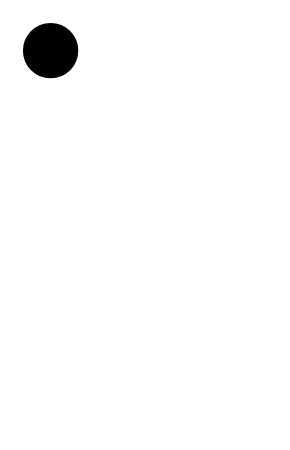
Above: lab 6/Source files/Activitydiagram.drawio in Youssufathalla/Programming-2 (draw.io), before the change. Source tidied: cells renumbered, new cells numbered last; positions are measured from the earlier drawing's top-left corner, leaving out a move shared by most shapes. Both pictures are drawn from the tidied source at 135%, with x=0, y=0 at pixel (23, 23).
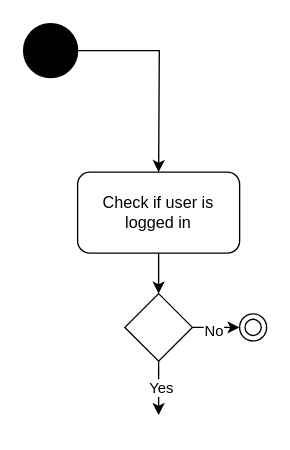
The same page after the edit.

Commit message:
check if user is logged in

The edit, as a diff of the source:
```diff
@@
 <mxGraphModel>
   <root>
     <mxCell id="0" />
     <mxCell id="1" parent="0" />
+    <mxCell id="3" style="edgeStyle=orthogonalEdgeStyle;rounded=0;jettySize=auto;html=1;exitX=1;exitY=0.5;exitDx=0;exitDy=0;exitPerimeter=0;" parent="1" edge="1" source="2">
+      <mxGeometry relative="1" as="geometry">
+        <mxPoint x="100" y="110" as="targetPoint" />
+      </mxGeometry>
+    </mxCell>
     <mxCell id="2" style="verticalLabelPosition=bottom;verticalAlign=top;html=1;shape=mxgraph.flowchart.on-page_reference;fillColor=#000000;" parent="1" vertex="1">
       <mxGeometry width="40" height="40" as="geometry" />
     </mxCell>
+    <mxCell id="4" value="Check if user is logged in" style="rounded=1;whiteSpace=wrap;html=1;" parent="1" vertex="1">
+      <mxGeometry x="40" y="110" width="120" height="60" as="geometry" />
+    </mxCell>
+    <mxCell id="5" style="endArrow=classic;html=1;rounded=0;exitX=0.5;exitY=1;exitDx=0;exitDy=0;" parent="1" edge="1" source="4" target="6">
+      <mxGeometry relative="1" as="geometry" />
+    </mxCell>
+    <mxCell id="6" style="rhombus;whiteSpace=wrap;html=1;" parent="1" vertex="1">
+      <mxGeometry x="75" y="200" width="50" height="50" as="geometry" />
+    </mxCell>
+    <mxCell id="7" style="endArrow=classic;html=1;rounded=0;exitX=1;exitY=0.5;exitDx=0;exitDy=0;" parent="1" edge="1" source="6">
+      <mxGeometry relative="1" as="geometry">
+        <mxPoint x="160" y="225" as="targetPoint" />
+      </mxGeometry>
+    </mxCell>
+    <mxCell id="8" value="No" style="edgeLabel;html=1;align=center;verticalAlign=middle;" parent="7" vertex="1">
+      <mxGeometry x="-0.14" y="-2" relative="1" as="geometry" />
+    </mxCell>
+    <mxCell id="9" style="endArrow=classic;html=1;rounded=0;exitX=0.5;exitY=1;exitDx=0;exitDy=0;" parent="1" edge="1" source="6">
+      <mxGeometry relative="1" as="geometry">
+        <mxPoint x="100" y="290" as="targetPoint" />
+      </mxGeometry>
+    </mxCell>
+    <mxCell id="10" value="Yes" style="edgeLabel;html=1;align=center;verticalAlign=middle;" parent="9" vertex="1">
+      <mxGeometry x="-0.05" y="1" relative="1" as="geometry" />
+    </mxCell>
+    <mxCell id="11" style="verticalLabelPosition=bottom;verticalAlign=top;html=1;shape=mxgraph.basic.donut;dx=4;" parent="1" vertex="1">
+      <mxGeometry x="160" y="215" width="20" height="20" as="geometry" />
+    </mxCell>
   </root>
 </mxGraphModel>
```
